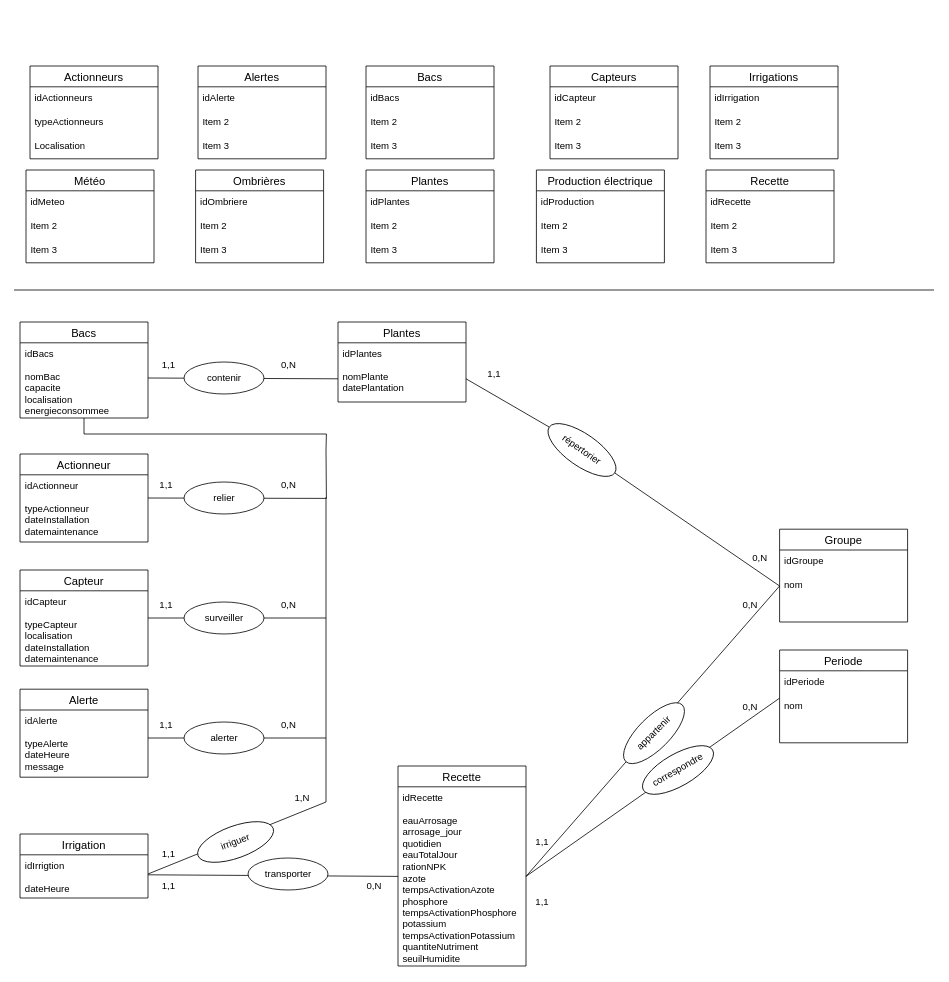
This is MCD.drawio from SAE601/BDD, a draw.io file, before an edit. Source tidied: cells renumbered, new cells numbered last; positions are measured from the earlier drawing's top-left corner, leaving out a move shared by most shapes. Both pictures are drawn from the tidied source at 80%, with x=0, y=0 at pixel (14, 66).
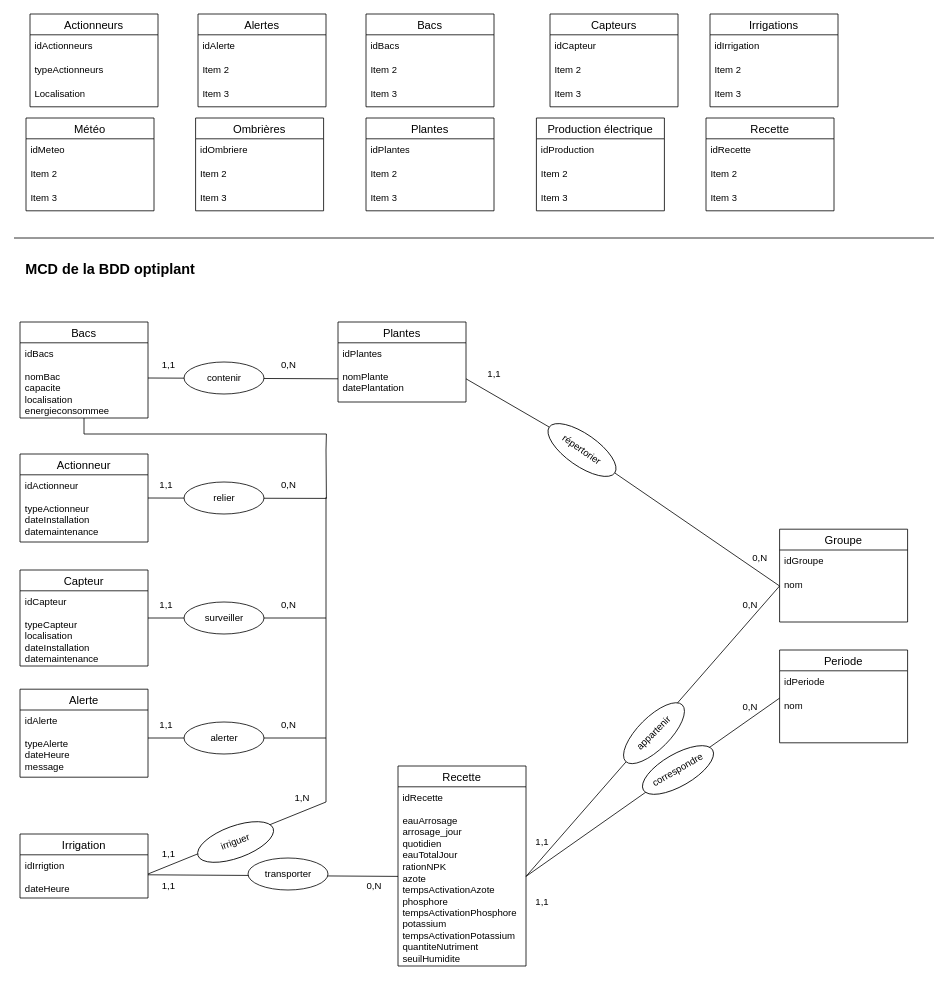
The same page after the edit.

The edit, as a diff of the source:
```diff
@@
     <mxCell id="2" value="Actionneurs" style="swimlane;fontStyle=0;horizontal=1;startSize=26;align=center;fontSize=14;" parent="1" vertex="1">
-      <mxGeometry x="20" width="160" height="116" as="geometry" />
+      <mxGeometry x="20" y="-65" width="160" height="116" as="geometry" />
     </mxCell>
@@
     <mxCell id="6" value="Alertes" style="swimlane;fontStyle=0;horizontal=1;startSize=26;align=center;fontSize=14;" parent="1" vertex="1">
-      <mxGeometry x="230" width="160" height="116" as="geometry" />
+      <mxGeometry x="230" y="-65" width="160" height="116" as="geometry" />
     </mxCell>
@@
     <mxCell id="10" value="Bacs" style="swimlane;fontStyle=0;horizontal=1;startSize=26;align=center;fontSize=14;" parent="1" vertex="1">
-      <mxGeometry x="440" width="160" height="116" as="geometry" />
+      <mxGeometry x="440" y="-65" width="160" height="116" as="geometry" />
     </mxCell>
@@
     <mxCell id="14" value="Capteurs" style="swimlane;fontStyle=0;horizontal=1;startSize=26;align=center;fontSize=14;" parent="1" vertex="1">
-      <mxGeometry x="670" width="160" height="116" as="geometry" />
+      <mxGeometry x="670" y="-65" width="160" height="116" as="geometry" />
     </mxCell>
@@
     <mxCell id="18" value="Irrigations" style="swimlane;fontStyle=0;horizontal=1;startSize=26;align=center;fontSize=14;" parent="1" vertex="1">
-      <mxGeometry x="870" width="160" height="116" as="geometry" />
+      <mxGeometry x="870" y="-65" width="160" height="116" as="geometry" />
     </mxCell>
@@
     <mxCell id="22" value="Météo" style="swimlane;fontStyle=0;horizontal=1;startSize=26;align=center;fontSize=14;" parent="1" vertex="1">
-      <mxGeometry x="15" y="130" width="160" height="116" as="geometry" />
+      <mxGeometry x="15" y="65" width="160" height="116" as="geometry" />
     </mxCell>
@@
     <mxCell id="26" value="Ombrières" style="swimlane;fontStyle=0;horizontal=1;startSize=26;align=center;fontSize=14;" parent="1" vertex="1">
-      <mxGeometry x="227" y="130" width="160" height="116" as="geometry" />
+      <mxGeometry x="227" y="65" width="160" height="116" as="geometry" />
     </mxCell>
@@
     <mxCell id="30" value="Plantes" style="swimlane;fontStyle=0;horizontal=1;startSize=26;align=center;fontSize=14;" parent="1" vertex="1">
-      <mxGeometry x="440" y="130" width="160" height="116" as="geometry" />
+      <mxGeometry x="440" y="65" width="160" height="116" as="geometry" />
     </mxCell>
@@
     <mxCell id="34" value="Production électrique" style="swimlane;fontStyle=0;horizontal=1;startSize=26;align=center;fontSize=14;" parent="1" vertex="1">
-      <mxGeometry x="653" y="130" width="160" height="116" as="geometry" />
+      <mxGeometry x="653" y="65" width="160" height="116" as="geometry" />
     </mxCell>
@@
     <mxCell id="38" value="Recette" style="swimlane;fontStyle=0;horizontal=1;startSize=26;align=center;fontSize=14;" parent="1" vertex="1">
-      <mxGeometry x="865" y="130" width="160" height="116" as="geometry" />
+      <mxGeometry x="865" y="65" width="160" height="116" as="geometry" />
     </mxCell>
@@
     <mxCell id="51" style="endArrow=none;html=1;rounded=0;" parent="1" edge="1">
       <mxGeometry relative="1" as="geometry">
-        <mxPoint y="280" as="sourcePoint" />
-        <mxPoint x="1150" y="280" as="targetPoint" />
+        <mxPoint y="215" as="sourcePoint" />
+        <mxPoint x="1150" y="215" as="targetPoint" />
       </mxGeometry>
     </mxCell>
@@
+    <mxCell id="106" value="&lt;h2&gt;MCD de la BDD optiplant &lt;br&gt;&lt;/h2&gt;" style="text;html=1;align=center;verticalAlign=middle;strokeColor=none;fillColor=none;" parent="1" vertex="1">
+      <mxGeometry y="225" width="240" height="60" as="geometry" />
+    </mxCell>
```
